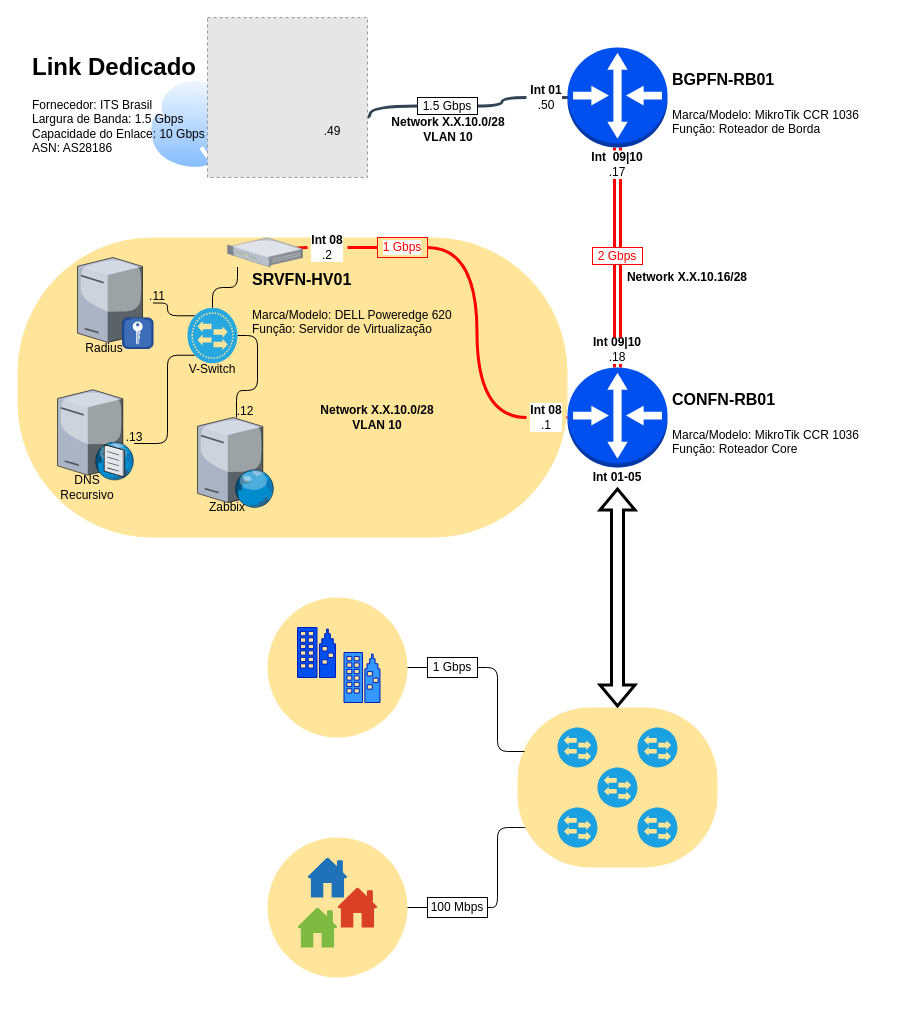
Before: Fox-Network-Diagrama.drawio in vamilson/Diagramas, a draw.io diagram. Source tidied: cells renumbered, new cells numbered last; positions are measured from the earlier drawing's top-left corner, leaving out a move shared by most shapes. Both pictures are drawn from the tidied source at 100%, with x=0, y=0 at pixel (17, 17). Pictures stored in the file or linked from it are replaced by grey dashed boxes.
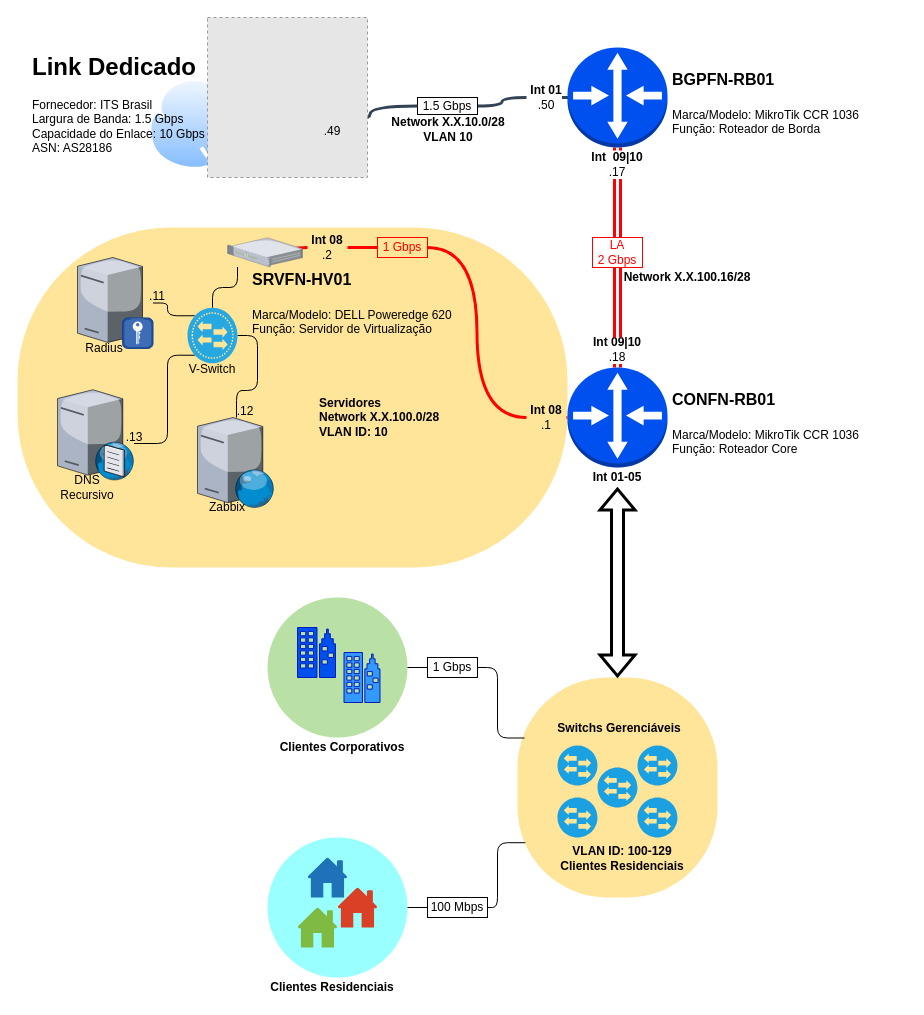
Above is the later version.

Unchanged cells that the change refers to:
```xml
<mxCell id="15" style="group;" parent="2" vertex="1">
  <mxGeometry y="220" width="550" height="330" as="geometry" />
</mxCell>
<mxCell id="62" style="outlineConnect=0;dashed=0;verticalLabelPosition=bottom;verticalAlign=top;align=center;html=1;shape=mxgraph.aws3.router;fillColor=#0050ef;strokeColor=#001DBC;fontColor=#ffffff;labelBorderColor=none;labelBackgroundColor=none;shadow=0;noLabel=0;" parent="59" vertex="1">
  <mxGeometry x="550" y="350" width="100" height="100" as="geometry" />
</mxCell>
<mxCell id="77" value="100 Mbps" style="text;html=1;strokeColor=#000000;fillColor=none;align=center;verticalAlign=middle;whiteSpace=wrap;rounded=0;shadow=0;labelBackgroundColor=#ffffff;comic=0;glass=0;" parent="75" vertex="1">
  <mxGeometry x="410" y="880" width="60" height="20" as="geometry" />
</mxCell>
```

What changed in the source:
```diff
@@
     <mxCell id="3" style="group;" parent="2" vertex="1">
-      <mxGeometry x="400" y="620" width="400" height="170" as="geometry" />
+      <mxGeometry x="400" y="620" width="400" height="260" as="geometry" />
     </mxCell>
     <mxCell id="4" style="rounded=1;whiteSpace=wrap;html=1;shadow=0;labelBackgroundColor=#ffffff;arcSize=45;fillColor=#FFE599;strokeColor=none;" parent="3" vertex="1">
-      <mxGeometry x="100" y="70" width="200" height="160" as="geometry" />
+      <mxGeometry x="100" y="40" width="200" height="220" as="geometry" />
     </mxCell>
     <mxCell id="5" style="verticalLabelPosition=bottom;html=1;fillColor=#1ba1e2;verticalAlign=top;align=center;shape=mxgraph.cisco_safe.capability.l2_switching;strokeColor=#006EAF;fontColor=#ffffff;flipH=0;" parent="3" vertex="1">
-      <mxGeometry x="140" y="170" width="40" height="40" as="geometry" />
+      <mxGeometry x="140" y="160" width="40" height="40" as="geometry" />
     </mxCell>
@@
     <mxCell id="7" style="verticalLabelPosition=bottom;html=1;fillColor=#1ba1e2;verticalAlign=top;align=center;shape=mxgraph.cisco_safe.capability.l2_switching;strokeColor=#006EAF;fontColor=#ffffff;flipH=0;" parent="3" vertex="1">
-      <mxGeometry x="140" y="90" width="40" height="40" as="geometry" />
+      <mxGeometry x="140" y="108" width="40" height="40" as="geometry" />
     </mxCell>
     <mxCell id="8" style="verticalLabelPosition=bottom;html=1;fillColor=#1ba1e2;verticalAlign=top;align=center;shape=mxgraph.cisco_safe.capability.l2_switching;strokeColor=#006EAF;fontColor=#ffffff;flipH=0;" parent="3" vertex="1">
-      <mxGeometry x="220" y="90" width="40" height="40" as="geometry" />
+      <mxGeometry x="220" y="108" width="40" height="40" as="geometry" />
     </mxCell>
     <mxCell id="9" style="verticalLabelPosition=bottom;html=1;fillColor=#1ba1e2;verticalAlign=top;align=center;shape=mxgraph.cisco_safe.capability.l2_switching;strokeColor=#006EAF;fontColor=#ffffff;flipH=0;" parent="3" vertex="1">
-      <mxGeometry x="220" y="170" width="40" height="40" as="geometry" />
+      <mxGeometry x="220" y="160" width="40" height="40" as="geometry" />
     </mxCell>
+    <mxCell id="81" value="Switchs Gerenciáveis" style="text;html=1;strokeColor=none;fillColor=none;align=center;verticalAlign=middle;whiteSpace=wrap;rounded=0;shadow=0;glass=0;comic=0;labelBackgroundColor=none;fontSize=12;fontStyle=1;" parent="3" vertex="1">
+      <mxGeometry x="137" y="81" width="130" height="20" as="geometry" />
+    </mxCell>
+    <mxCell id="82" value="VLAN ID: 100-129&lt;br&gt;Clientes Residenciais" style="text;html=1;strokeColor=none;fillColor=none;align=center;verticalAlign=middle;whiteSpace=wrap;rounded=0;shadow=0;glass=0;comic=0;labelBackgroundColor=none;fontSize=12;fontStyle=1;" parent="3" vertex="1">
+      <mxGeometry x="140" y="210" width="130" height="22" as="geometry" />
+    </mxCell>
-    <mxCell id="10" style="ellipse;whiteSpace=wrap;html=1;shadow=0;labelBackgroundColor=#ffffff;fillColor=#FFE599;strokeColor=none;" parent="2" vertex="1">
+    <mxCell id="10" style="ellipse;whiteSpace=wrap;html=1;shadow=0;labelBackgroundColor=#ffffff;fillColor=#B9E0A5;strokeColor=none;" parent="2" vertex="1">
       <mxGeometry x="250" y="580" width="140" height="140" as="geometry" />
     </mxCell>
-    <mxCell id="11" style="ellipse;whiteSpace=wrap;html=1;shadow=0;labelBackgroundColor=#ffffff;fillColor=#FFE599;strokeColor=none;" parent="2" vertex="1">
+    <mxCell id="11" style="ellipse;whiteSpace=wrap;html=1;shadow=0;labelBackgroundColor=#ffffff;fillColor=#99FFFF;strokeColor=none;" parent="2" vertex="1">
       <mxGeometry x="250" y="820" width="140" height="140" as="geometry" />
     </mxCell>
@@
     <mxCell id="16" style="rounded=1;whiteSpace=wrap;html=1;shadow=0;labelBackgroundColor=#ffffff;arcSize=45;fillColor=#FFE599;strokeColor=none;" parent="15" vertex="1">
-      <mxGeometry width="550" height="300" as="geometry" />
+      <mxGeometry y="-10" width="550" height="340" as="geometry" />
     </mxCell>
@@
-    <mxCell id="27" value="&lt;b&gt;Int 08&lt;/b&gt;&lt;br&gt;.2" style="text;html=1;strokeColor=none;fillColor=none;align=center;verticalAlign=middle;whiteSpace=wrap;rounded=0;shadow=0;labelBackgroundColor=#ffffff;" parent="15" vertex="1">
+    <mxCell id="27" value="&lt;b&gt;Int 08&lt;/b&gt;&lt;br&gt;.2" style="text;html=1;strokeColor=none;fillColor=none;align=center;verticalAlign=middle;whiteSpace=wrap;rounded=0;shadow=0;labelBackgroundColor=none;" parent="15" vertex="1">
       <mxGeometry x="290" width="40" height="20" as="geometry" />
     </mxCell>
@@
-    <mxCell id="35" value="Network X.X.10.0/28&lt;br&gt;VLAN 10" style="text;html=1;strokeColor=none;fillColor=none;align=center;verticalAlign=middle;whiteSpace=wrap;rounded=0;fontStyle=1;" parent="15" vertex="1">
-      <mxGeometry x="280" y="170" width="160" height="20" as="geometry" />
+    <mxCell id="35" value="Servidores&lt;br&gt;Network X.X.100.0/28&lt;br&gt;VLAN ID: 10" style="text;html=1;strokeColor=none;fillColor=none;align=left;verticalAlign=middle;whiteSpace=wrap;rounded=0;fontStyle=1;" parent="15" vertex="1">
+      <mxGeometry x="300" y="150" width="160" height="60" as="geometry" />
     </mxCell>
@@
-    <mxCell id="43" style="edgeStyle=none;shape=flexArrow;rounded=0;jettySize=auto;html=1;exitX=0.5;exitY=0;exitDx=0;exitDy=0;startArrow=none;startFill=0;endArrow=none;endFill=0;strokeColor=#000000;strokeWidth=3;entryX=0.5;entryY=1;entryDx=0;entryDy=0;entryPerimeter=0;" parent="37" edge="1" source="49" target="62">
-      <mxGeometry relative="1" as="geometry" />
-    </mxCell>
@@
-    <mxCell id="45" value="&lt;font color=&quot;#ff0000&quot;&gt;1 Gbps&lt;/font&gt;" style="text;html=1;strokeColor=#FF0000;fillColor=none;align=center;verticalAlign=middle;whiteSpace=wrap;rounded=0;shadow=0;labelBackgroundColor=#ffffff;" parent="37" vertex="1">
+    <mxCell id="45" value="&lt;font color=&quot;#ff0000&quot;&gt;1 Gbps&lt;/font&gt;" style="text;html=1;strokeColor=#FF0000;fillColor=none;align=center;verticalAlign=middle;whiteSpace=wrap;rounded=0;shadow=0;labelBackgroundColor=none;" parent="37" vertex="1">
       <mxGeometry x="360" y="220" width="50" height="20" as="geometry" />
     </mxCell>
@@
-    <mxCell id="47" value="&lt;b&gt;Int 08&lt;/b&gt;&lt;br&gt;.1" style="text;html=1;strokeColor=none;fillColor=none;align=center;verticalAlign=middle;whiteSpace=wrap;rounded=0;shadow=0;labelBackgroundColor=#ffffff;" parent="37" vertex="1">
+    <mxCell id="47" value="&lt;b&gt;Int 08&lt;/b&gt;&lt;br&gt;.1" style="text;html=1;strokeColor=none;fillColor=none;align=center;verticalAlign=middle;whiteSpace=wrap;rounded=0;shadow=0;labelBackgroundColor=none;" parent="37" vertex="1">
       <mxGeometry x="509" y="390" width="40" height="20" as="geometry" />
     </mxCell>
@@
-    <mxCell id="49" value="&lt;b&gt;Int 01-05&lt;br&gt;&lt;/b&gt;" style="text;html=1;strokeColor=none;fillColor=none;align=center;verticalAlign=middle;whiteSpace=wrap;rounded=0;shadow=0;labelBackgroundColor=#ffffff;" parent="37" vertex="1">
-      <mxGeometry x="570" y="450" width="60" height="20" as="geometry" />
-    </mxCell>
-    <mxCell id="50" style="edgeStyle=none;shape=flexArrow;rounded=0;jettySize=auto;html=1;exitX=0.5;exitY=0;exitDx=0;exitDy=0;startArrow=block;startFill=0;endArrow=block;endFill=0;strokeColor=#000000;strokeWidth=3;entryX=0.5;entryY=1;entryDx=0;entryDy=0;entryPerimeter=0;" parent="37" edge="1" source="4" target="49">
-      <mxGeometry relative="1" as="geometry" />
-    </mxCell>
-    <mxCell id="51" value="&lt;font color=&quot;#ff0000&quot;&gt;2 Gbps&lt;/font&gt;" style="text;html=1;strokeColor=#FF0000;fillColor=none;align=center;verticalAlign=middle;whiteSpace=wrap;rounded=0;shadow=0;labelBackgroundColor=#ffffff;" parent="37" vertex="1">
-      <mxGeometry x="575" y="230" width="50" height="17" as="geometry" />
+    <mxCell id="51" value="&lt;font color=&quot;#ff0000&quot;&gt;LA&lt;br&gt;2 Gbps&lt;/font&gt;" style="text;html=1;strokeColor=#FF0000;fillColor=none;align=center;verticalAlign=middle;whiteSpace=wrap;rounded=0;shadow=0;labelBackgroundColor=#ffffff;" parent="37" vertex="1">
+      <mxGeometry x="575" y="220" width="50" height="30" as="geometry" />
     </mxCell>
@@
+    <mxCell id="43" style="edgeStyle=none;shape=flexArrow;rounded=0;jettySize=auto;html=1;exitX=0.5;exitY=0;exitDx=0;exitDy=0;startArrow=block;startFill=0;endArrow=block;endFill=0;strokeColor=#000000;strokeWidth=3;entryX=0.5;entryY=1;entryDx=0;entryDy=0;entryPerimeter=0;" parent="37" edge="1" source="49" target="62">
+      <mxGeometry relative="1" as="geometry" />
+    </mxCell>
+    <mxCell id="49" value="&lt;b&gt;Int 01-05&lt;br&gt;&lt;/b&gt;" style="text;html=1;strokeColor=none;fillColor=none;align=center;verticalAlign=middle;whiteSpace=wrap;rounded=0;shadow=0;labelBackgroundColor=#ffffff;" parent="37" vertex="1">
+      <mxGeometry x="570" y="450" width="60" height="20" as="geometry" />
+    </mxCell>
+    <mxCell id="50" style="edgeStyle=none;shape=flexArrow;rounded=0;jettySize=auto;html=1;exitX=0.5;exitY=0;exitDx=0;exitDy=0;startArrow=block;startFill=0;endArrow=block;endFill=0;strokeColor=#000000;strokeWidth=3;entryX=0.5;entryY=1;entryDx=0;entryDy=0;entryPerimeter=0;" parent="37" edge="1" source="4" target="49">
+      <mxGeometry relative="1" as="geometry" />
+    </mxCell>
@@
-    <mxCell id="70" value="&lt;h1&gt;&lt;font style=&quot;font-size: 16px&quot;&gt;CONFN-RB01&lt;/font&gt;&lt;/h1&gt;&lt;div&gt;&lt;font style=&quot;font-size: 12px&quot;&gt;Marca/Modelo: MikroTik CCR 1036&lt;/font&gt;&lt;/div&gt;&lt;div&gt;&lt;font style=&quot;font-size: 12px&quot;&gt;Função: Roteador Core&lt;br&gt;&lt;br&gt;&lt;/font&gt;&lt;/div&gt;&lt;div&gt;&lt;font style=&quot;font-size: 12px&quot;&gt;&lt;br&gt;&lt;/font&gt;&lt;/div&gt;" style="text;html=1;strokeColor=none;fillColor=none;spacing=5;spacingTop=-20;whiteSpace=wrap;overflow=hidden;rounded=0;" parent="59" vertex="1">
+    <mxCell id="70" value="&lt;h1&gt;&lt;font style=&quot;font-size: 16px&quot;&gt;CONFN-RB01&lt;/font&gt;&lt;/h1&gt;&lt;div&gt;&lt;font style=&quot;font-size: 12px&quot;&gt;Marca/Modelo: MikroTik CCR 1036&lt;/font&gt;&lt;/div&gt;&lt;div&gt;&lt;font style=&quot;font-size: 12px&quot;&gt;Função: Roteador Core&lt;br&gt;&lt;br&gt;&lt;br&gt;&lt;/font&gt;&lt;/div&gt;&lt;div&gt;&lt;font style=&quot;font-size: 12px&quot;&gt;&lt;br&gt;&lt;/font&gt;&lt;/div&gt;" style="text;html=1;strokeColor=none;fillColor=none;spacing=5;spacingTop=-20;whiteSpace=wrap;overflow=hidden;rounded=0;" parent="59" vertex="1">
       <mxGeometry x="650" y="360" width="240" height="80" as="geometry" />
     </mxCell>
@@
     <mxCell id="76" style="edgeStyle=orthogonalEdgeStyle;rounded=1;jettySize=auto;html=1;exitX=1;exitY=0.5;exitDx=0;exitDy=0;endArrow=none;endFill=0;strokeColor=#000000;entryX=0.039;entryY=0.751;entryDx=0;entryDy=0;entryPerimeter=0;" parent="75" edge="1" source="77" target="4">
       <mxGeometry relative="1" as="geometry">
         <Array as="points">
           <mxPoint x="480" y="890" />
-          <mxPoint x="480" y="810" />
-          <mxPoint x="506" y="810" />
+          <mxPoint x="480" y="825" />
         </Array>
       </mxGeometry>
     </mxCell>
@@
-    <mxCell id="80" value="Network X.X.10.16/28" style="text;html=1;strokeColor=none;fillColor=none;align=center;verticalAlign=middle;whiteSpace=wrap;rounded=0;fontStyle=1;" parent="75" vertex="1">
+    <mxCell id="80" value="Network X.X.100.16/28" style="text;html=1;strokeColor=none;fillColor=none;align=center;verticalAlign=middle;whiteSpace=wrap;rounded=0;fontStyle=1;" parent="75" vertex="1">
       <mxGeometry x="590" y="250" width="160" height="20" as="geometry" />
     </mxCell>
+    <mxCell id="83" value="Clientes Corporativos" style="text;html=1;strokeColor=none;fillColor=none;align=center;verticalAlign=middle;whiteSpace=wrap;rounded=0;shadow=0;glass=0;comic=0;labelBackgroundColor=#ffffff;fontSize=12;fontStyle=1;" parent="75" vertex="1">
+      <mxGeometry x="260" y="720" width="130" height="20" as="geometry" />
+    </mxCell>
+    <mxCell id="84" value="Clientes Residenciais" style="text;html=1;strokeColor=none;fillColor=none;align=center;verticalAlign=middle;whiteSpace=wrap;rounded=0;shadow=0;glass=0;comic=0;labelBackgroundColor=#ffffff;fontSize=12;fontStyle=1;" parent="75" vertex="1">
+      <mxGeometry x="250" y="960" width="130" height="20" as="geometry" />
+    </mxCell>
```
